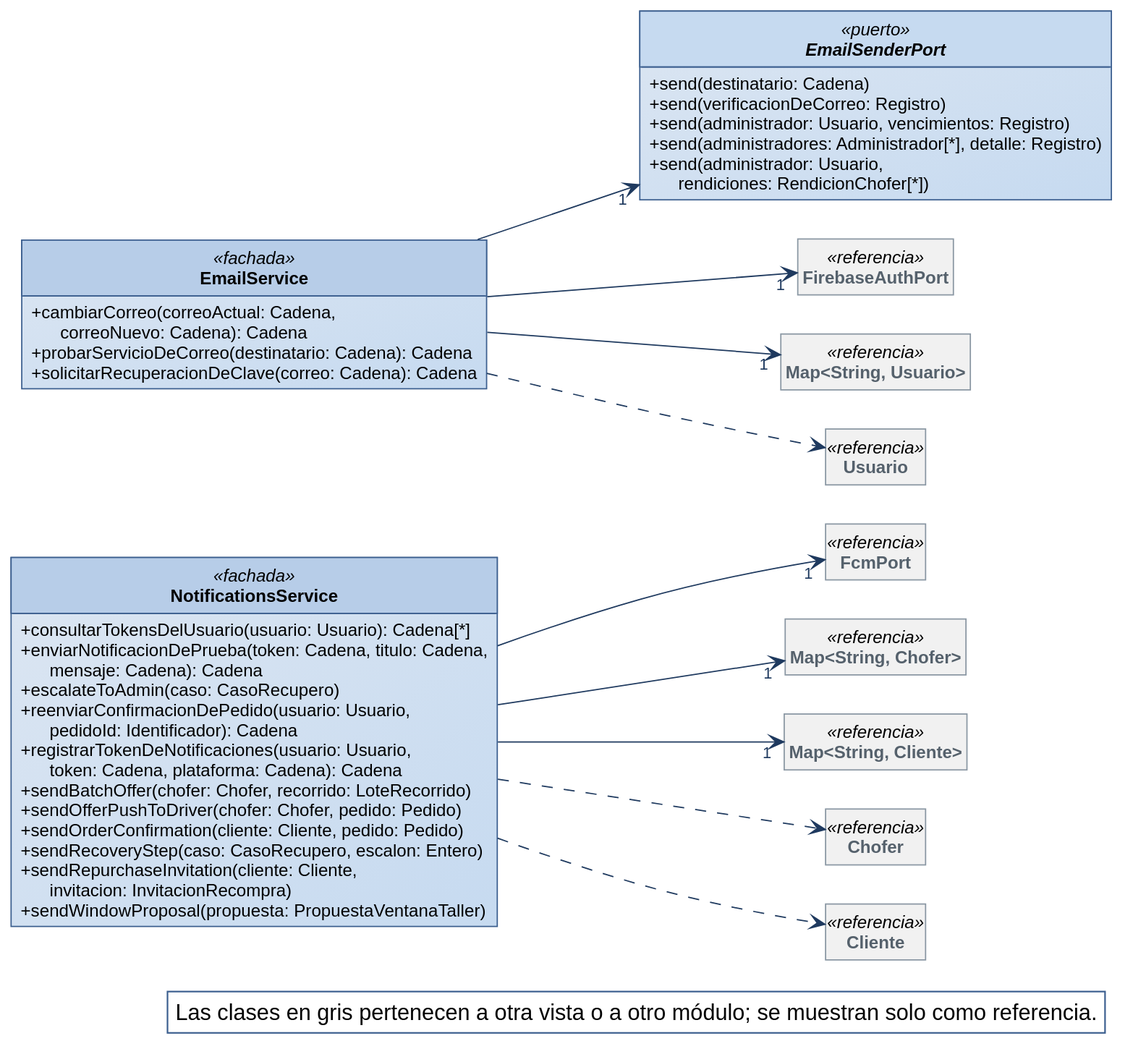
Above: diagramas/clases-diseno/DC_Mod_Notificaciones.svg in Nahuelito-Dev/splg-docs (PlantUML), before the change.
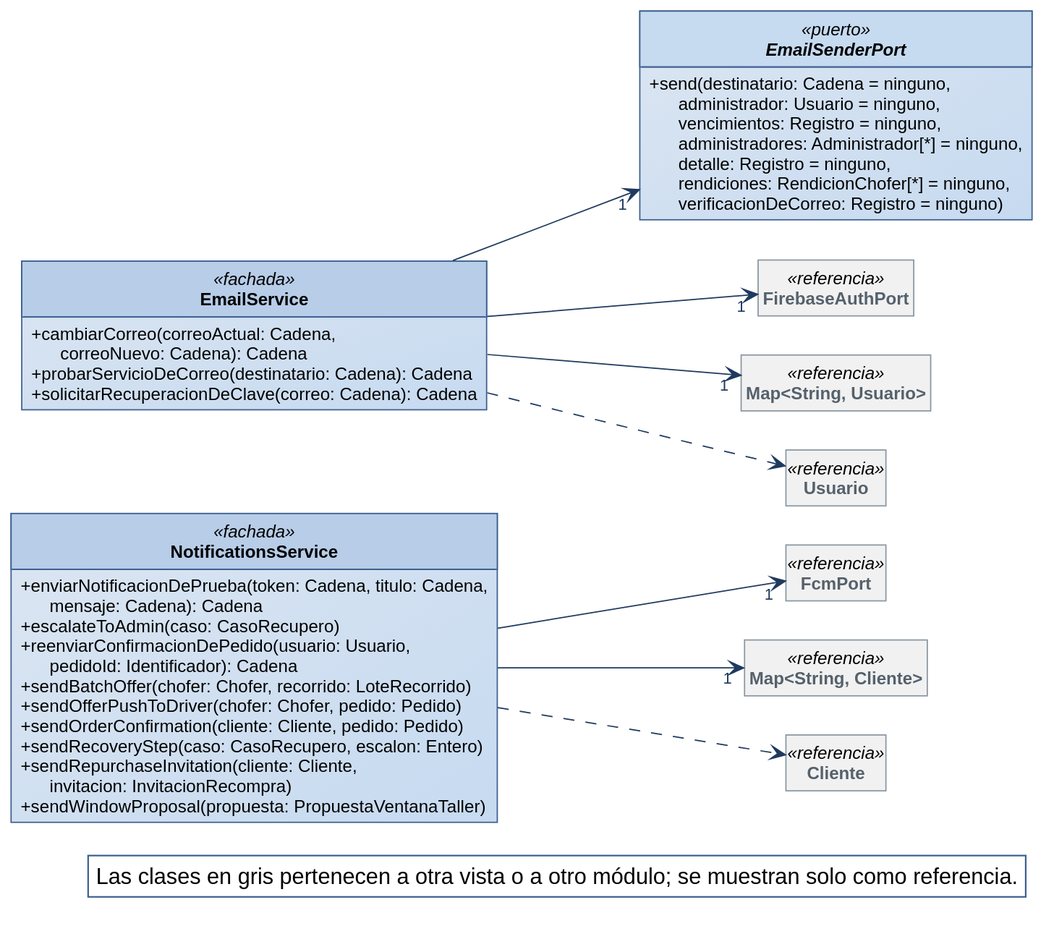
The same file after the commit.

What changed in the source:
```diff
@@ -31,11 +31,9 @@
 skinparam nodesep 25
 skinparam ranksep 90
 class NotificationsService <<fachada>> {
-  + consultarTokensDelUsuario(usuario: Usuario): Cadena[*]
   + enviarNotificacionDePrueba(token: Cadena, titulo: Cadena,\n      mensaje: Cadena): Cadena
   + escalateToAdmin(caso: CasoRecupero)
   + reenviarConfirmacionDePedido(usuario: Usuario,\n      pedidoId: Identificador): Cadena
-  + registrarTokenDeNotificaciones(usuario: Usuario,\n      token: Cadena, plataforma: Cadena): Cadena
   + sendBatchOffer(chofer: Chofer, recorrido: LoteRecorrido)
   + sendOfferPushToDriver(chofer: Chofer, pedido: Pedido)
   + sendOrderConfirmation(cliente: Cliente, pedido: Pedido)
@@ -49,29 +47,21 @@
   + solicitarRecuperacionDeClave(correo: Cadena): Cadena
 }
 interface EmailSenderPort <<puerto>> {
-  + send(destinatario: Cadena)
-  + send(verificacionDeCorreo: Registro)
-  + send(administrador: Usuario, vencimientos: Registro)
-  + send(administradores: Administrador[*], detalle: Registro)
-  + send(administrador: Usuario,\n      rendiciones: RendicionChofer[*])
+  + send(destinatario: Cadena = ninguno,\n      administrador: Usuario = ninguno,\n      vencimientos: Registro = ninguno,\n      administradores: Administrador[*] = ninguno,\n      detalle: Registro = ninguno,\n      rendiciones: RendicionChofer[*] = ninguno,\n      verificacionDeCorreo: Registro = ninguno)
 }
 class FirebaseAuthPort <<referencia>>
 class "Map<String, Usuario>" as Map_String_Usuario <<referencia>>
 class FcmPort <<referencia>>
-class "Map<String, Chofer>" as Map_String_Chofer <<referencia>>
 class "Map<String, Cliente>" as Map_String_Cliente <<referencia>>
 class Usuario <<referencia>>
-class Chofer <<referencia>>
 class Cliente <<referencia>>
 
 EmailService --> "1" EmailSenderPort
 EmailService --> "1" FirebaseAuthPort
 EmailService --> "1" Map_String_Usuario
 NotificationsService --> "1" FcmPort
-NotificationsService --> "1" Map_String_Chofer
 NotificationsService --> "1" Map_String_Cliente
 EmailService ..> Usuario
-NotificationsService ..> Chofer
 NotificationsService ..> Cliente
 
 legend bottom right
```
